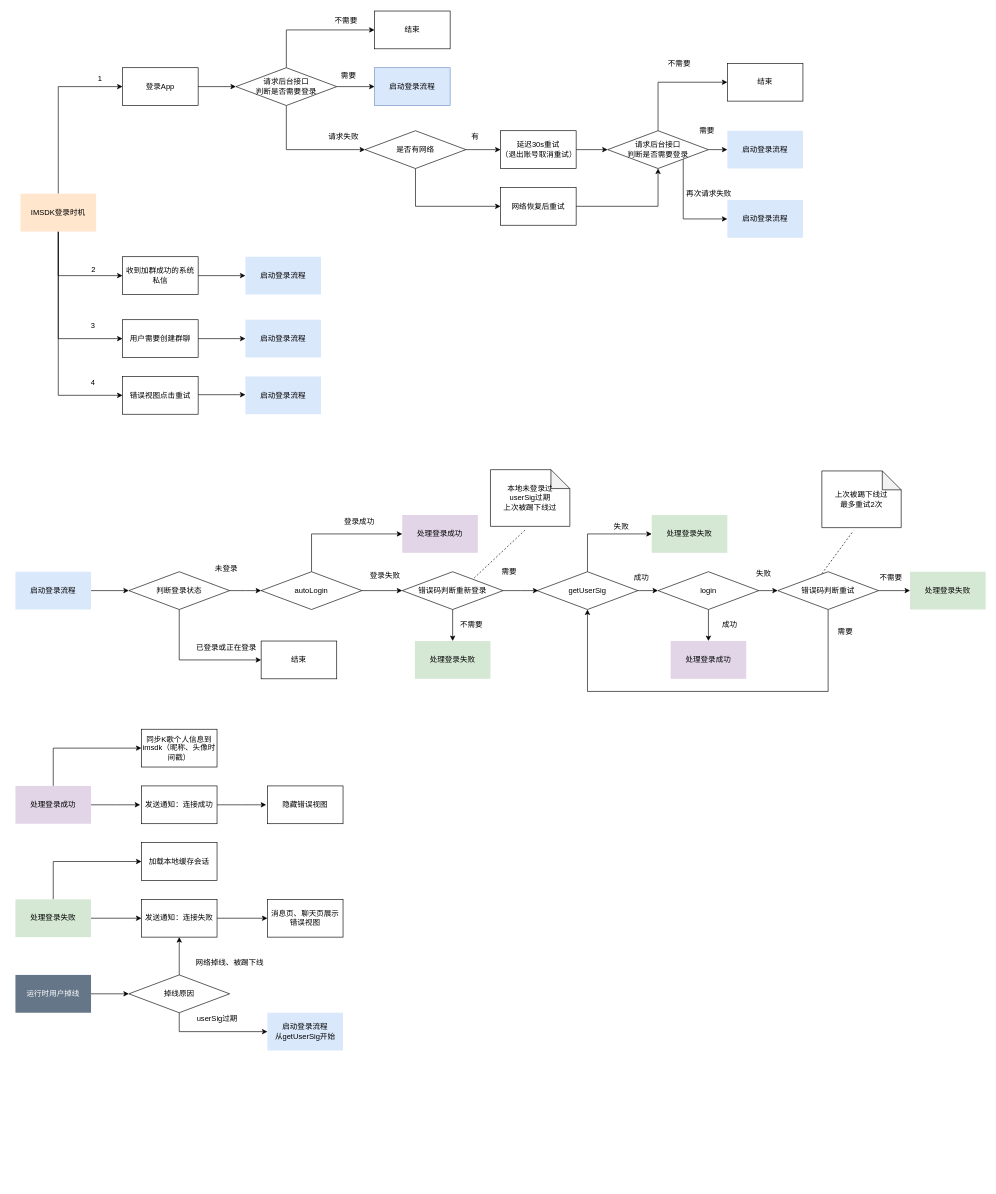
Above: imsdk.drawio in BigFaceXML/BigFaceXML.github.io (draw.io), before the change. Source tidied: cells renumbered, new cells numbered last; positions are measured from the earlier drawing's top-left corner, leaving out a move shared by most shapes. Both pictures are drawn from the tidied source at 63%, with x=0, y=0 at pixel (15, 11).
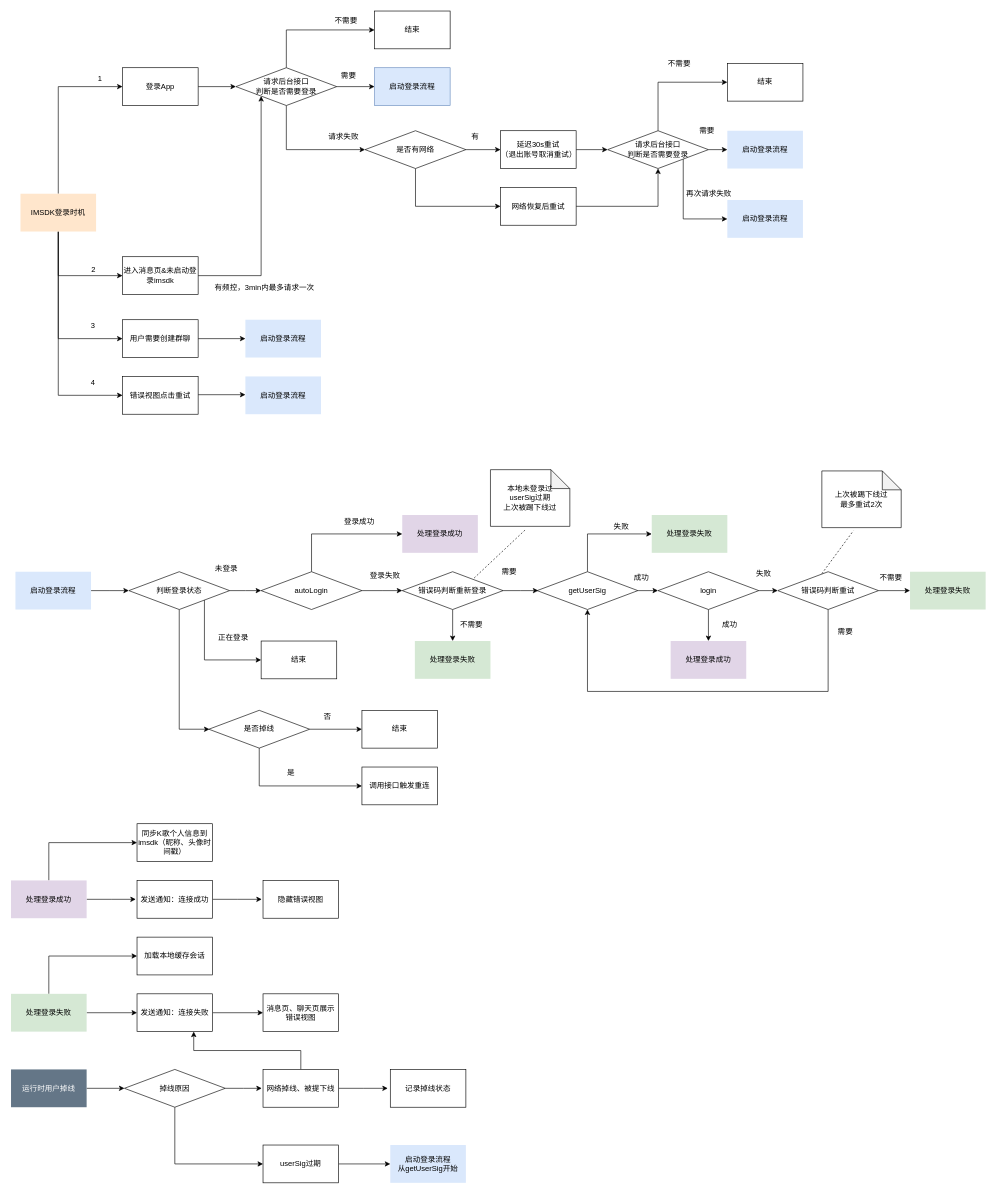
The same page after the edit.

The change refers to these unchanged cells:
```xml
<mxCell id="7" value="请求后台接口&lt;br&gt;判断是否需要登录" style="rhombus;whiteSpace=wrap;html=1;" parent="1" vertex="1">
  <mxGeometry x="350" y="90" width="160" height="60" as="geometry" />
</mxCell>
<mxCell id="35" value="判断登录状态" style="rhombus;whiteSpace=wrap;html=1;" parent="1" vertex="1">
  <mxGeometry x="180" y="890" width="160" height="60" as="geometry" />
</mxCell>
<mxCell id="36" value="结束" style="rounded=0;whiteSpace=wrap;html=1;" parent="1" vertex="1">
  <mxGeometry x="390" y="1000" width="120" height="60" as="geometry" />
</mxCell>
```

Diff of the diagram source:
```diff
@@
+    <mxCell id="34" style="edgeStyle=orthogonalEdgeStyle;rounded=0;jettySize=auto;html=1;exitX=1;exitY=0.5;exitDx=0;exitDy=0;entryX=0;entryY=0.5;entryDx=0;entryDy=0;" parent="1" edge="1" source="35">
+      <mxGeometry relative="1" as="geometry">
+        <mxPoint x="390" y="920" as="targetPoint" />
+      </mxGeometry>
+    </mxCell>
-    <mxCell id="33" style="edgeStyle=orthogonalEdgeStyle;rounded=0;jettySize=auto;html=1;exitX=0.5;exitY=1;exitDx=0;exitDy=0;entryX=0;entryY=0.5;entryDx=0;entryDy=0;" parent="1" edge="1" source="35" target="36">
-      <mxGeometry relative="1" as="geometry" />
+    <mxCell id="33" style="edgeStyle=orthogonalEdgeStyle;rounded=0;jettySize=auto;html=1;exitX=1;exitY=1;exitDx=0;exitDy=0;entryX=0;entryY=0.5;entryDx=0;entryDy=0;" parent="1" edge="1" source="35" target="36">
+      <mxGeometry relative="1" as="geometry">
+        <Array as="points">
+          <mxPoint x="300" y="1030" />
+        </Array>
+      </mxGeometry>
     </mxCell>
-    <mxCell id="34" style="edgeStyle=orthogonalEdgeStyle;rounded=0;jettySize=auto;html=1;exitX=1;exitY=0.5;exitDx=0;exitDy=0;entryX=0;entryY=0.5;entryDx=0;entryDy=0;" parent="1" edge="1" source="35">
-      <mxGeometry relative="1" as="geometry">
-        <mxPoint x="390" y="920" as="targetPoint" />
-      </mxGeometry>
-    </mxCell>
+    <mxCell id="113" style="edgeStyle=orthogonalEdgeStyle;rounded=0;jettySize=auto;html=1;exitX=0.5;exitY=1;exitDx=0;exitDy=0;" parent="1" edge="1" source="35">
+      <mxGeometry relative="1" as="geometry">
+        <mxPoint x="308" y="1140" as="targetPoint" />
+        <Array as="points">
+          <mxPoint x="260" y="1140" />
+        </Array>
+      </mxGeometry>
+    </mxCell>
@@
-    <mxCell id="40" value="已登录或正在登录" style="text;html=1;align=left;verticalAlign=top;spacingTop=-4;" parent="1" vertex="1">
-      <mxGeometry x="285" y="1000" width="110" height="20" as="geometry" />
+    <mxCell id="40" value="正在登录" style="text;html=1;align=left;verticalAlign=top;spacingTop=-4;" parent="1" vertex="1">
+      <mxGeometry x="320" y="985" width="60" height="20" as="geometry" />
     </mxCell>
@@
     <mxCell id="70" value="处理登录失败" style="rounded=0;whiteSpace=wrap;html=1;fillColor=#d5e8d4;strokeColor=none;" parent="1" vertex="1">
-      <mxGeometry y="1410" width="120" height="60" as="geometry" />
+      <mxGeometry x="-7" y="1560" width="120" height="60" as="geometry" />
     </mxCell>
     <mxCell id="71" value="加载本地缓存会话" style="rounded=0;whiteSpace=wrap;html=1;" parent="1" vertex="1">
-      <mxGeometry x="200" y="1320" width="120" height="60" as="geometry" />
+      <mxGeometry x="193" y="1470" width="120" height="60" as="geometry" />
     </mxCell>
@@
     <mxCell id="73" value="发送通知：连接失败" style="rounded=0;whiteSpace=wrap;html=1;" parent="1" vertex="1">
-      <mxGeometry x="200" y="1410" width="120" height="60" as="geometry" />
+      <mxGeometry x="193" y="1560" width="120" height="60" as="geometry" />
     </mxCell>
     <mxCell id="74" value="消息页、聊天页展示错误视图" style="rounded=0;whiteSpace=wrap;html=1;" parent="1" vertex="1">
-      <mxGeometry x="400" y="1410" width="120" height="60" as="geometry" />
+      <mxGeometry x="393" y="1560" width="120" height="60" as="geometry" />
     </mxCell>
     <mxCell id="75" style="edgeStyle=orthogonalEdgeStyle;rounded=0;jettySize=auto;html=1;exitX=1;exitY=0.5;exitDx=0;exitDy=0;" parent="1" edge="1" source="77">
       <mxGeometry relative="1" as="geometry">
-        <mxPoint x="198" y="1260" as="targetPoint" />
+        <mxPoint x="191" y="1410" as="targetPoint" />
       </mxGeometry>
     </mxCell>
@@
     <mxCell id="77" value="处理登录成功" style="rounded=0;whiteSpace=wrap;html=1;fillColor=#e1d5e7;strokeColor=none;" parent="1" vertex="1">
-      <mxGeometry y="1230" width="120" height="60" as="geometry" />
+      <mxGeometry x="-7" y="1380" width="120" height="60" as="geometry" />
     </mxCell>
     <mxCell id="78" style="edgeStyle=orthogonalEdgeStyle;rounded=0;jettySize=auto;html=1;exitX=1;exitY=0.5;exitDx=0;exitDy=0;" parent="1" edge="1" source="79">
       <mxGeometry relative="1" as="geometry">
-        <mxPoint x="398" y="1260" as="targetPoint" />
+        <mxPoint x="391" y="1410" as="targetPoint" />
       </mxGeometry>
     </mxCell>
     <mxCell id="79" value="发送通知：连接成功" style="rounded=0;whiteSpace=wrap;html=1;" parent="1" vertex="1">
-      <mxGeometry x="200" y="1230" width="120" height="60" as="geometry" />
+      <mxGeometry x="193" y="1380" width="120" height="60" as="geometry" />
     </mxCell>
     <mxCell id="80" value="隐藏错误视图" style="rounded=0;whiteSpace=wrap;html=1;" parent="1" vertex="1">
-      <mxGeometry x="400" y="1230" width="120" height="60" as="geometry" />
+      <mxGeometry x="393" y="1380" width="120" height="60" as="geometry" />
     </mxCell>
@@
-    <mxCell id="87" style="edgeStyle=orthogonalEdgeStyle;rounded=0;jettySize=auto;html=1;exitX=1;exitY=0.5;exitDx=0;exitDy=0;entryX=0;entryY=0.5;entryDx=0;entryDy=0;" parent="1" edge="1" source="88" target="90">
-      <mxGeometry relative="1" as="geometry" />
-    </mxCell>
+    <mxCell id="114" style="edgeStyle=orthogonalEdgeStyle;rounded=0;jettySize=auto;html=1;exitX=1;exitY=0.5;exitDx=0;exitDy=0;entryX=0;entryY=1;entryDx=0;entryDy=0;" parent="1" edge="1" source="88" target="7">
+      <mxGeometry relative="1" as="geometry" />
+    </mxCell>
-    <mxCell id="88" value="收到加群成功的系统私信" style="rounded=0;whiteSpace=wrap;html=1;" parent="1" vertex="1">
+    <mxCell id="88" value="进入消息页&amp;amp;未启动登录imsdk" style="rounded=0;whiteSpace=wrap;html=1;" parent="1" vertex="1">
       <mxGeometry x="170" y="390" width="120" height="60" as="geometry" />
     </mxCell>
@@
-    <mxCell id="90" value="启动登录流程" style="rounded=0;whiteSpace=wrap;html=1;strokeColor=none;fillColor=#dae8fc;" parent="1" vertex="1">
-      <mxGeometry x="365" y="390" width="120" height="60" as="geometry" />
-    </mxCell>
@@
     <mxCell id="95" value="同步K歌个人信息到imsdk（昵称、头像时间戳）" style="rounded=0;whiteSpace=wrap;html=1;" parent="1" vertex="1">
-      <mxGeometry x="200" y="1140" width="120" height="60" as="geometry" />
+      <mxGeometry x="193" y="1290" width="120" height="60" as="geometry" />
     </mxCell>
@@
     <mxCell id="106" value="运行时用户掉线" style="rounded=0;whiteSpace=wrap;html=1;fillColor=#647687;strokeColor=none;fontColor=#ffffff;" parent="1" vertex="1">
-      <mxGeometry y="1530" width="120" height="60" as="geometry" />
+      <mxGeometry x="-7" y="1680" width="120" height="60" as="geometry" />
     </mxCell>
-    <mxCell id="107" style="edgeStyle=orthogonalEdgeStyle;rounded=0;jettySize=auto;html=1;exitX=0.5;exitY=1;exitDx=0;exitDy=0;entryX=0;entryY=0.5;entryDx=0;entryDy=0;" parent="1" edge="1" source="109" target="111">
-      <mxGeometry relative="1" as="geometry" />
-    </mxCell>
-    <mxCell id="108" style="edgeStyle=orthogonalEdgeStyle;rounded=0;jettySize=auto;html=1;exitX=0.5;exitY=0;exitDx=0;exitDy=0;entryX=0.5;entryY=1;entryDx=0;entryDy=0;" parent="1" edge="1" source="109" target="73">
-      <mxGeometry relative="1" as="geometry" />
-    </mxCell>
+    <mxCell id="115" style="edgeStyle=orthogonalEdgeStyle;rounded=0;jettySize=auto;html=1;exitX=1;exitY=0.5;exitDx=0;exitDy=0;" parent="1" edge="1" source="109">
+      <mxGeometry relative="1" as="geometry">
+        <mxPoint x="391" y="1710" as="targetPoint" />
+      </mxGeometry>
+    </mxCell>
+    <mxCell id="116" style="edgeStyle=orthogonalEdgeStyle;rounded=0;jettySize=auto;html=1;exitX=0.5;exitY=1;exitDx=0;exitDy=0;entryX=0;entryY=0.5;entryDx=0;entryDy=0;" parent="1" edge="1" source="109" target="112">
+      <mxGeometry relative="1" as="geometry" />
+    </mxCell>
     <mxCell id="109" value="掉线原因" style="rhombus;whiteSpace=wrap;html=1;" parent="1" vertex="1">
-      <mxGeometry x="180" y="1530" width="160" height="60" as="geometry" />
+      <mxGeometry x="173" y="1680" width="160" height="60" as="geometry" />
     </mxCell>
-    <mxCell id="110" value="网络掉线、被踢下线" style="text;html=1;align=center;verticalAlign=middle;" parent="1" vertex="1">
-      <mxGeometry x="280" y="1500" width="120" height="20" as="geometry" />
-    </mxCell>
     <mxCell id="111" value="启动登录流程&lt;br&gt;从getUserSig开始" style="rounded=0;whiteSpace=wrap;html=1;fillColor=#dae8fc;strokeColor=none;" parent="1" vertex="1">
-      <mxGeometry x="400" y="1590" width="120" height="60" as="geometry" />
+      <mxGeometry x="595" y="1800" width="120" height="60" as="geometry" />
     </mxCell>
+    <mxCell id="117" value="有频控，3min内最多请求一次" style="text;html=1;align=center;verticalAlign=middle;" parent="1" vertex="1">
+      <mxGeometry x="310" y="430" width="170" height="20" as="geometry" />
+    </mxCell>
+    <mxCell id="118" style="edgeStyle=orthogonalEdgeStyle;rounded=0;jettySize=auto;html=1;exitX=1;exitY=0.5;exitDx=0;exitDy=0;" parent="1" edge="1" source="120">
+      <mxGeometry relative="1" as="geometry">
+        <mxPoint x="591" y="1710" as="targetPoint" />
+      </mxGeometry>
+    </mxCell>
+    <mxCell id="119" style="edgeStyle=orthogonalEdgeStyle;rounded=0;jettySize=auto;html=1;exitX=0.5;exitY=0;exitDx=0;exitDy=0;entryX=0.75;entryY=1;entryDx=0;entryDy=0;" parent="1" edge="1" source="120" target="73">
+      <mxGeometry relative="1" as="geometry" />
+    </mxCell>
+    <mxCell id="120" value="网络掉线、被提下线" style="rounded=0;whiteSpace=wrap;html=1;" parent="1" vertex="1">
+      <mxGeometry x="393" y="1680" width="120" height="60" as="geometry" />
+    </mxCell>
+    <mxCell id="121" value="记录掉线状态" style="rounded=0;whiteSpace=wrap;html=1;" parent="1" vertex="1">
+      <mxGeometry x="595" y="1680" width="120" height="60" as="geometry" />
+    </mxCell>
+    <mxCell id="122" style="edgeStyle=orthogonalEdgeStyle;rounded=0;jettySize=auto;html=1;exitX=1;exitY=0.5;exitDx=0;exitDy=0;entryX=0;entryY=0.5;entryDx=0;entryDy=0;" parent="1" edge="1" source="112" target="111">
+      <mxGeometry relative="1" as="geometry" />
+    </mxCell>
-    <mxCell id="112" value="userSig过期" style="text;html=1;align=center;verticalAlign=middle;points=[];" parent="1" vertex="1">
-      <mxGeometry x="280" y="1590" width="80" height="20" as="geometry" />
+    <mxCell id="112" value="&lt;span style=&quot;white-space: nowrap&quot;&gt;userSig过期&lt;/span&gt;" style="rounded=0;whiteSpace=wrap;html=1;" parent="1" vertex="1">
+      <mxGeometry x="393" y="1800" width="120" height="60" as="geometry" />
     </mxCell>
+    <mxCell id="123" value="结束" style="rounded=0;whiteSpace=wrap;html=1;" parent="1" vertex="1">
+      <mxGeometry x="550" y="1110" width="120" height="60" as="geometry" />
+    </mxCell>
+    <mxCell id="124" style="edgeStyle=orthogonalEdgeStyle;rounded=0;jettySize=auto;html=1;exitX=1;exitY=0.5;exitDx=0;exitDy=0;" parent="1" edge="1" source="126" target="123">
+      <mxGeometry relative="1" as="geometry" />
+    </mxCell>
+    <mxCell id="125" style="edgeStyle=orthogonalEdgeStyle;rounded=0;jettySize=auto;html=1;exitX=0.5;exitY=1;exitDx=0;exitDy=0;entryX=0;entryY=0.5;entryDx=0;entryDy=0;" parent="1" edge="1" source="126" target="128">
+      <mxGeometry relative="1" as="geometry" />
+    </mxCell>
+    <mxCell id="126" value="是否掉线" style="rhombus;whiteSpace=wrap;html=1;" parent="1" vertex="1">
+      <mxGeometry x="307" y="1110" width="160" height="60" as="geometry" />
+    </mxCell>
+    <mxCell id="127" value="否" style="text;html=1;align=center;verticalAlign=middle;" parent="1" vertex="1">
+      <mxGeometry x="480" y="1110" width="30" height="20" as="geometry" />
+    </mxCell>
+    <mxCell id="128" value="调用接口触发重连" style="rounded=0;whiteSpace=wrap;html=1;" parent="1" vertex="1">
+      <mxGeometry x="550" y="1200" width="120" height="60" as="geometry" />
+    </mxCell>
+    <mxCell id="129" value="是" style="text;html=1;align=center;verticalAlign=middle;" parent="1" vertex="1">
+      <mxGeometry x="422" y="1199" width="30" height="20" as="geometry" />
+    </mxCell>
```
